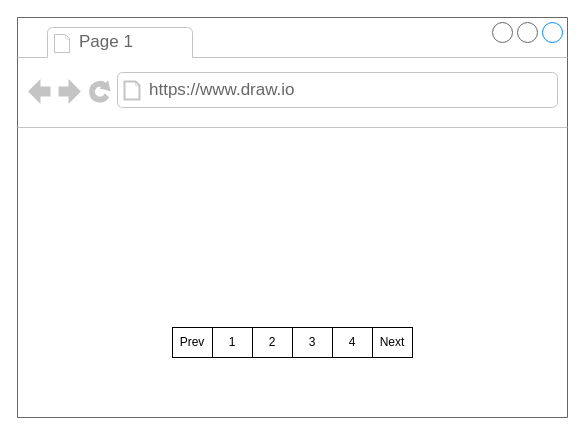
StephenGrider/ng-casts keeps this draw.io diagram as diagrams/directives/diagrams.drawio. Above is the earlier version. Source tidied: cells renumbered, new cells numbered last; positions are measured from the earlier drawing's top-left corner, leaving out a move shared by most shapes. Both pictures are drawn from the tidied source at 100%, with x=0, y=0 at pixel (17, 17). Pictures stored in the file or linked from it are replaced by grey dashed boxes.
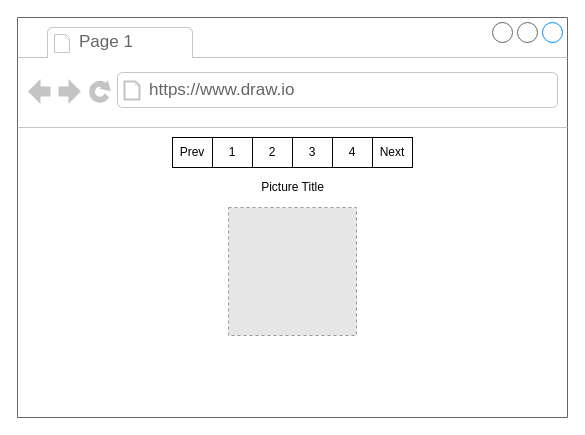
Above is the later version.

The edit, as a diff of the source:
```diff
@@
 <mxGraphModel>
   <root>
     <mxCell id="0" />
     <mxCell id="1" parent="0" />
     <mxCell id="2" style="strokeWidth=1;shadow=0;dashed=0;align=center;html=1;shape=mxgraph.mockup.containers.browserWindow;rSize=0;strokeColor=#666666;strokeColor2=#008cff;strokeColor3=#c4c4c4;mainText=,;" parent="1" vertex="1">
       <mxGeometry width="550" height="400" as="geometry" />
     </mxCell>
     <mxCell id="3" value="Page 1" style="strokeWidth=1;shadow=0;dashed=0;align=center;html=1;shape=mxgraph.mockup.containers.anchor;fontSize=17;fontColor=#666666;align=left;" parent="2" vertex="1">
       <mxGeometry x="60" y="12" width="110" height="26" as="geometry" />
     </mxCell>
     <mxCell id="4" value="https://www.draw.io" style="strokeWidth=1;shadow=0;dashed=0;align=center;html=1;shape=mxgraph.mockup.containers.anchor;rSize=0;fontSize=17;fontColor=#666666;align=left;" parent="2" vertex="1">
       <mxGeometry x="130" y="60" width="250" height="26" as="geometry" />
     </mxCell>
     <mxCell id="5" value="Prev" style="rounded=0;whiteSpace=wrap;html=1;" parent="2" vertex="1">
-      <mxGeometry x="155" y="310" width="40" height="30" as="geometry" />
+      <mxGeometry x="155" y="120" width="40" height="30" as="geometry" />
     </mxCell>
     <mxCell id="6" value="1" style="rounded=0;whiteSpace=wrap;html=1;" parent="2" vertex="1">
-      <mxGeometry x="195" y="310" width="40" height="30" as="geometry" />
+      <mxGeometry x="195" y="120" width="40" height="30" as="geometry" />
     </mxCell>
     <mxCell id="7" value="2" style="rounded=0;whiteSpace=wrap;html=1;" parent="2" vertex="1">
-      <mxGeometry x="235" y="310" width="40" height="30" as="geometry" />
+      <mxGeometry x="235" y="120" width="40" height="30" as="geometry" />
     </mxCell>
     <mxCell id="8" value="3" style="rounded=0;whiteSpace=wrap;html=1;" parent="2" vertex="1">
-      <mxGeometry x="275" y="310" width="40" height="30" as="geometry" />
+      <mxGeometry x="275" y="120" width="40" height="30" as="geometry" />
     </mxCell>
     <mxCell id="9" value="4" style="rounded=0;whiteSpace=wrap;html=1;" parent="2" vertex="1">
-      <mxGeometry x="315" y="310" width="40" height="30" as="geometry" />
+      <mxGeometry x="315" y="120" width="40" height="30" as="geometry" />
     </mxCell>
     <mxCell id="10" value="Next" style="rounded=0;whiteSpace=wrap;html=1;" parent="2" vertex="1">
-      <mxGeometry x="355" y="310" width="40" height="30" as="geometry" />
+      <mxGeometry x="355" y="120" width="40" height="30" as="geometry" />
     </mxCell>
+    <mxCell id="11" value="Picture Title" style="text;html=1;strokeColor=none;fillColor=none;align=center;verticalAlign=middle;whiteSpace=wrap;rounded=0;" parent="2" vertex="1">
+      <mxGeometry x="212.5" y="160" width="125" height="20" as="geometry" />
+    </mxCell>
+    <mxCell id="12" style="fillColor=#E6E6E6;strokeColor=#999999;dashed=1;html=1;verticalAlign=top;verticalLabelPosition=bottom;labelBackgroundColor=#ffffff;" parent="2" vertex="1">
+      <mxGeometry x="211" y="190" width="128" height="128" as="geometry" />
+    </mxCell>
   </root>
 </mxGraphModel>
```
